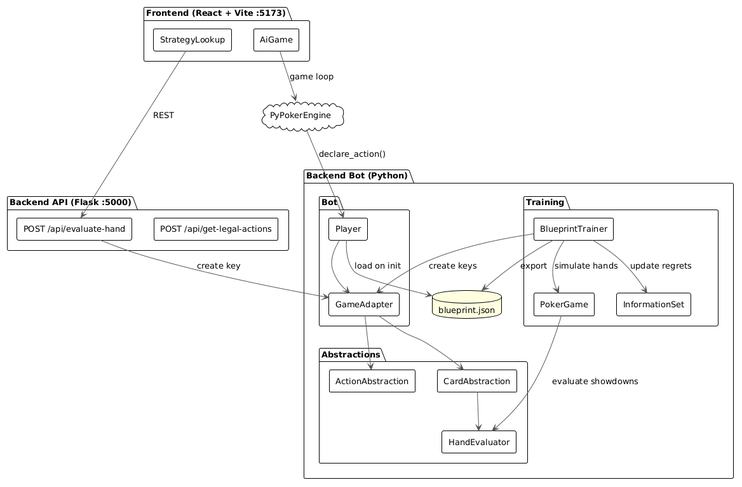
Above: docs/diagrams/images/system_architecture.png in jianrontan/AllIn (PlantUML), before the change.
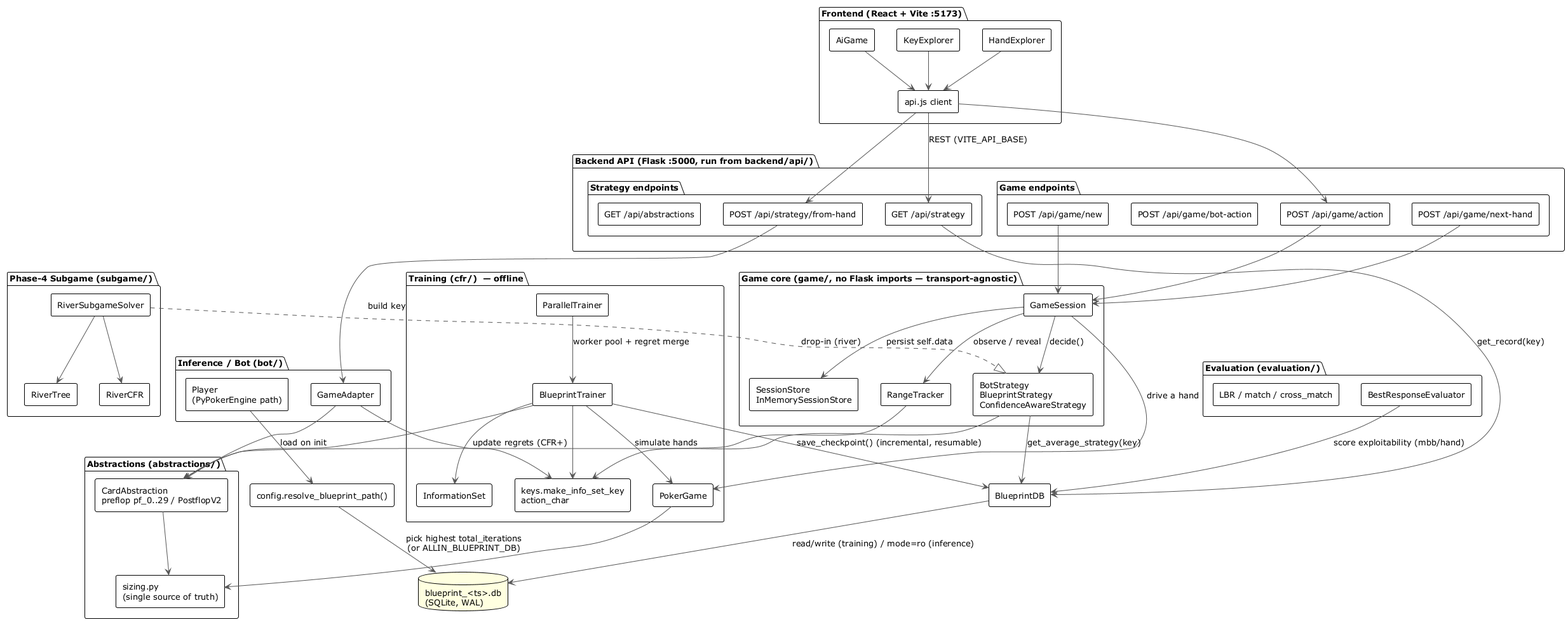
The same diagram one commit later.

Diff of the diagram source:
```diff
@@ -1,55 +1,110 @@
-@startuml
+@startuml system_architecture
 !theme plain
 skinparam componentStyle rectangle
 skinparam defaultFontSize 13
 skinparam ArrowColor #555555
 
+
 package "Frontend (React + Vite :5173)" {
-  [StrategyLookup]
+  [HandExplorer]
+  [KeyExplorer]
   [AiGame]
+  [api.js client]
 }
 
-package "Backend API (Flask :5000)" {
-  [POST /api/evaluate-hand]
-  [POST /api/get-legal-actions]
+package "Backend API (Flask :5000, run from backend/api/)" {
+  package "Strategy endpoints" {
+    [GET /api/strategy]
+    [POST /api/strategy/from-hand]
+    [GET /api/abstractions]
+  }
+  package "Game endpoints" {
+    [POST /api/game/new]
+    [POST /api/game/action]
+    [POST /api/game/bot-action]
+    [POST /api/game/next-hand]
+  }
 }
 
-package "Backend Bot (Python)" {
-
-  package "Training" {
-    [BlueprintTrainer]
-    [PokerGame]
-    [InformationSet]
-  }
-
-  package "Abstractions" {
-    [CardAbstraction]
-    [ActionAbstraction]
-    [HandEvaluator]
-  }
-
-  package "Bot" {
-    [Player]
-    [GameAdapter]
-  }
-
-  database "blueprint.json" as BP #LightYellow
+package "Game core (game/, no Flask imports — transport-agnostic)" {
+  [GameSession]
+  [BotStrategy\nBlueprintStrategy\nConfidenceAwareStrategy]
+  [RangeTracker]
+  [SessionStore\nInMemorySessionStore]
 }
 
-cloud "PyPokerEngine" as PPE
+package "Inference / Bot (bot/)" {
+  [GameAdapter]
+  [Player\n(PyPokerEngine path)]
+}
 
-[StrategyLookup] --> [POST /api/evaluate-hand] : REST
-[AiGame] --> PPE : game loop
-PPE --> [Player] : declare_action()
-[Player] --> [GameAdapter]
-[Player] --> BP : load on init
-[GameAdapter] --> [CardAbstraction]
-[GameAdapter] --> [ActionAbstraction]
-[CardAbstraction] --> [HandEvaluator]
+package "Training (cfr/)  — offline" {
+  [BlueprintTrainer]
+  [ParallelTrainer]
+  [PokerGame]
+  [InformationSet]
+  [keys.make_info_set_key\naction_char]
+}
+
+package "Abstractions (abstractions/)" {
+  [CardAbstraction\npreflop pf_0..29 / PostflopV2]
+  [sizing.py\n(single source of truth)]
+}
+
+package "Phase-4 Subgame (subgame/)" {
+  [RiverSubgameSolver]
+  [RiverTree]
+  [RiverCFR]
+}
+
+package "Evaluation (evaluation/)" {
+  [BestResponseEvaluator]
+  [LBR / match / cross_match]
+}
+
+database "blueprint_<ts>.db\n(SQLite, WAL)" as BP #LightYellow
+[BlueprintDB] as DB
+[config.resolve_blueprint_path()] as CFG
+
+[HandExplorer] --> [api.js client]
+[KeyExplorer] --> [api.js client]
+[AiGame] --> [api.js client]
+[api.js client] --> [GET /api/strategy] : REST (VITE_API_BASE)
+[api.js client] --> [POST /api/strategy/from-hand]
+[api.js client] --> [POST /api/game/action]
+
+[POST /api/strategy/from-hand] --> [GameAdapter] : build key
+[GET /api/strategy] --> DB : get_record(key)
+
+[POST /api/game/new] --> [GameSession]
+[POST /api/game/action] --> [GameSession]
+[POST /api/game/next-hand] --> [GameSession]
+[GameSession] --> [BotStrategy\nBlueprintStrategy\nConfidenceAwareStrategy] : decide()
+[GameSession] --> [RangeTracker] : observe / reveal
+[GameSession] --> [SessionStore\nInMemorySessionStore] : persist self.data
+[GameSession] --> [PokerGame] : drive a hand
+[BotStrategy\nBlueprintStrategy\nConfidenceAwareStrategy] --> DB : get_average_strategy(key)
+[BotStrategy\nBlueprintStrategy\nConfidenceAwareStrategy] --> [keys.make_info_set_key\naction_char]
+[RiverSubgameSolver] ..|> [BotStrategy\nBlueprintStrategy\nConfidenceAwareStrategy] : drop-in (river)
+[RiverSubgameSolver] --> [RiverTree]
+[RiverSubgameSolver] --> [RiverCFR]
+[RangeTracker] --> [CardAbstraction\npreflop pf_0..29 / PostflopV2]
+
+[GameAdapter] --> [CardAbstraction\npreflop pf_0..29 / PostflopV2]
+[GameAdapter] --> [keys.make_info_set_key\naction_char]
+[PokerGame] --> [sizing.py\n(single source of truth)]
+[CardAbstraction\npreflop pf_0..29 / PostflopV2] --> [sizing.py\n(single source of truth)]
+
 [BlueprintTrainer] --> [PokerGame] : simulate hands
-[BlueprintTrainer] --> [InformationSet] : update regrets
-[BlueprintTrainer] --> [GameAdapter] : create keys
-[BlueprintTrainer] --> BP : export
-[POST /api/evaluate-hand] --> [GameAdapter] : create key
-[PokerGame] --> [HandEvaluator] : evaluate showdowns
+[BlueprintTrainer] --> [InformationSet] : update regrets (CFR+)
+[BlueprintTrainer] --> [keys.make_info_set_key\naction_char]
+[BlueprintTrainer] --> [CardAbstraction\npreflop pf_0..29 / PostflopV2]
+[ParallelTrainer] --> [BlueprintTrainer] : worker pool + regret merge
+[BlueprintTrainer] --> DB : save_checkpoint() (incremental, resumable)
+
+DB --> BP : read/write (training) / mode=ro (inference)
+CFG --> BP : pick highest total_iterations\n(or ALLIN_BLUEPRINT_DB)
+[Player\n(PyPokerEngine path)] --> CFG : load on init
+[BestResponseEvaluator] --> DB : score exploitability (mbb/hand)
+
 @enduml
```
